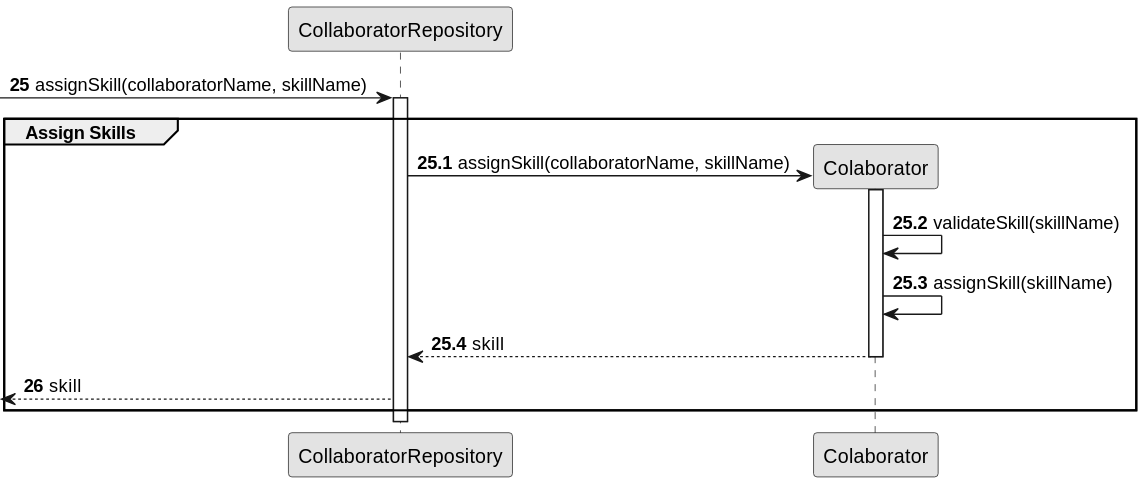
Before: docs/sprintB/us004/03.design/svg/us004-sequence-diagram-partial-register-skill.svg, a diagram exported from PlantUML (Departamento-de-Engenharia-Informatica/lei-24-s2-1dkl-g134).
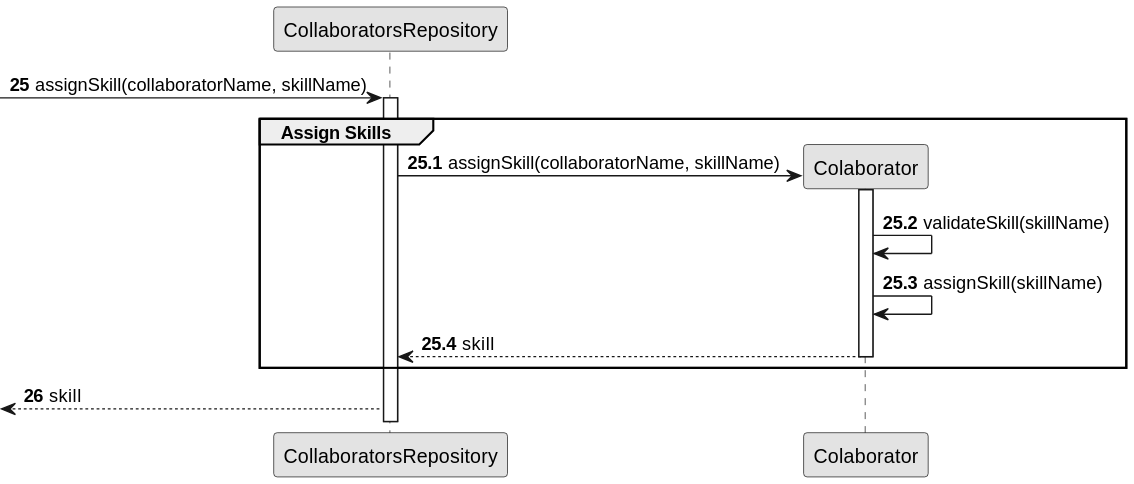
The same diagram one commit later.

Diff of the diagram source:
```diff
@@ -3,29 +3,27 @@
 skinparam packageStyle rectangle
 skinparam shadowing false
 
-participant "CollaboratorRepository" as CollaboratorRepository
+participant "CollaboratorsRepository" as CollaboratorsRepository
 participant "Colaborator" as Collaborator
 
 autonumber 25
--> CollaboratorRepository: assignSkill(collaboratorName, skillName)
+-> CollaboratorsRepository: assignSkill(collaboratorName, skillName)
 
 autonumber 25.1
-activate CollaboratorRepository
+activate CollaboratorsRepository
     group Assign Skills
 
-        CollaboratorRepository -> Collaborator**: assignSkill(collaboratorName, skillName)
+        CollaboratorsRepository -> Collaborator**: assignSkill(collaboratorName, skillName)
     activate Collaborator
         Collaborator -> Collaborator: validateSkill(skillName)
 
         Collaborator -> Collaborator : assignSkill(skillName)
 
-     Collaborator --> CollaboratorRepository : skill
+     Collaborator --> CollaboratorsRepository : skill
              deactivate Collaborator
-        autonumber 26
-         <-- CollaboratorRepository : skill
-
-
-
 
     end
+
+        autonumber 26
+         <-- CollaboratorsRepository : skill
 @enduml
```
